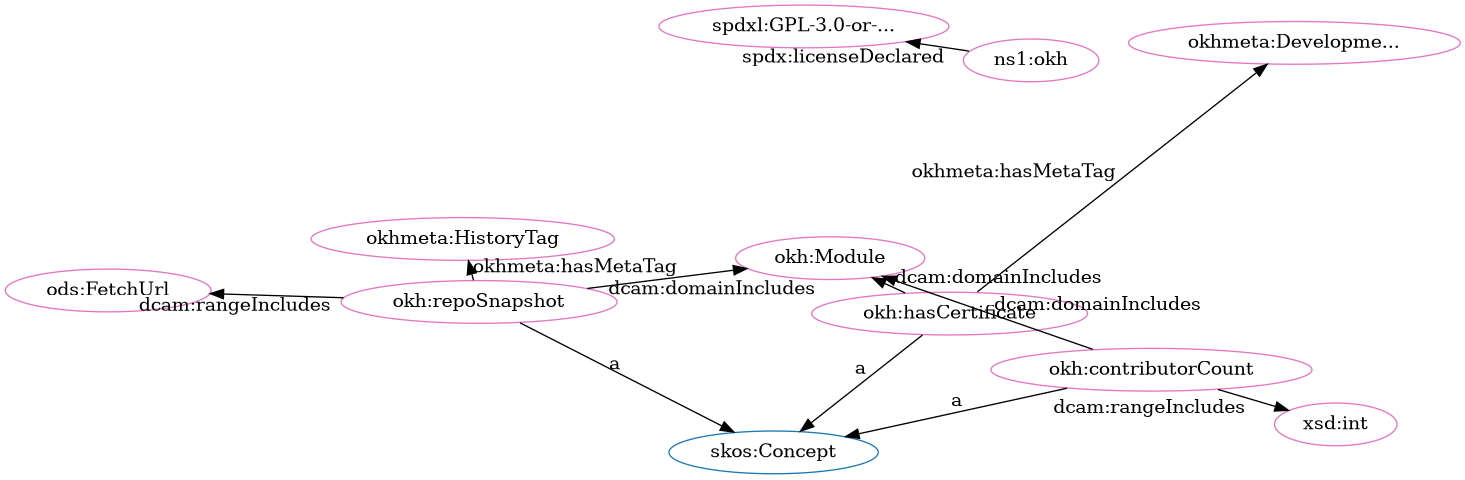
Earlier version of the Graphviz export src/spec/fdp_okh_proposed-clean.png (iop-alliance/OpenKnowHow). Its source is kept beside it as src/spec/fdp_okh_proposed-clean.dot.
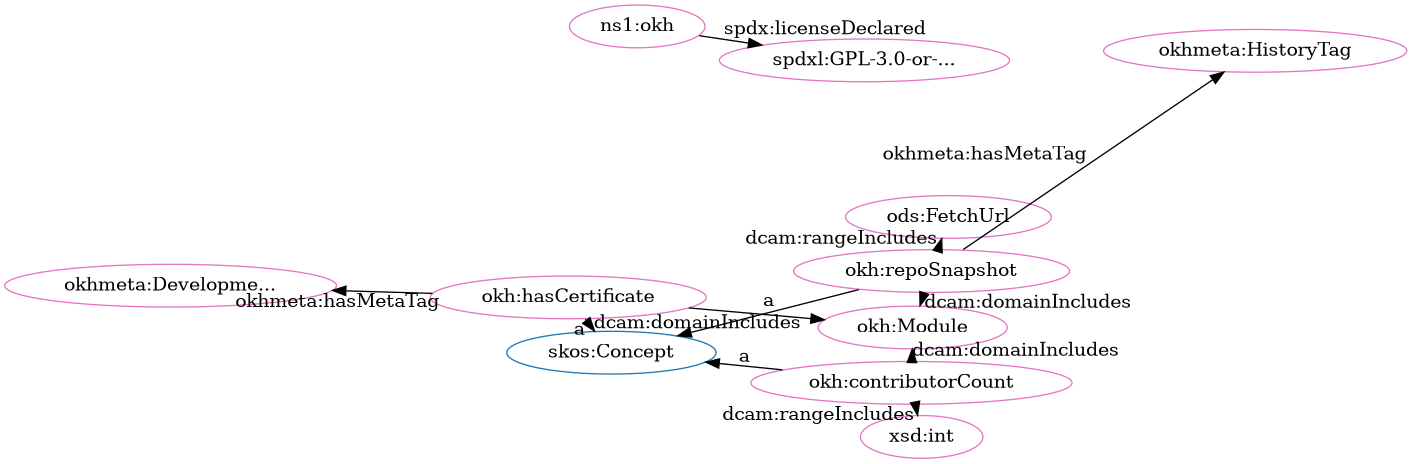
After the commit.

What changed in the source:
```diff
@@ -2,25 +2,25 @@
   rankdir=BT
   node[height=.3]
 "http://www.w3.org/2004/02/skos/core#Concept" [fillcolor="#1f77b4" color="#1f77b4" label="skos:Concept"]
-"http://w3id.org/oseg/ont/okhmeta#DevelopmentTag" [fillcolor="#e377c2" color="#e377c2" label="okhmeta:Developme..."]
+"http://w3id.org/oseg/ont/ods#FetchUrl" [fillcolor="#e377c2" color="#e377c2" label="ods:FetchUrl"]
+"http://w3id.org/oseg/ont/okhmeta#HistoryTag" [fillcolor="#e377c2" color="#e377c2" label="okhmeta:HistoryTag"]
+"http://w3id.org/oseg/ont/okh#Module" [fillcolor="#e377c2" color="#e377c2" label="okh:Module"]
 "http://w3id.org/oseg/ont/okh#hasCertificate" [fillcolor="#e377c2" color="#e377c2" label="okh:hasCertificate"]
 "http://w3id.org/oseg/ont/okh#repoSnapshot" [fillcolor="#e377c2" color="#e377c2" label="okh:repoSnapshot"]
-"http://w3id.org/oseg/ont/okh#contributorCount" [fillcolor="#e377c2" color="#e377c2" label="okh:contributorCount"]
-"http://w3id.org/oseg/ont/okh#Module" [fillcolor="#e377c2" color="#e377c2" label="okh:Module"]
-"http://spdx.org/licenses/GPL-3.0-or-later" [fillcolor="#e377c2" color="#e377c2" label="spdxl:GPL-3.0-or-..."]
-"http://w3id.org/oseg/ont/okhmeta#HistoryTag" [fillcolor="#e377c2" color="#e377c2" label="okhmeta:HistoryTag"]
 "http://w3id.org/oseg/ont/okh" [fillcolor="#e377c2" color="#e377c2" label="ns1:okh"]
 "http://www.w3.org/2001/XMLSchema#int" [fillcolor="#e377c2" color="#e377c2" label="xsd:int"]
-"http://w3id.org/oseg/ont/ods#FetchUrl" [fillcolor="#e377c2" color="#e377c2" label="ods:FetchUrl"]
+"http://w3id.org/oseg/ont/okh#contributorCount" [fillcolor="#e377c2" color="#e377c2" label="okh:contributorCount"]
+"http://w3id.org/oseg/ont/okhmeta#DevelopmentTag" [fillcolor="#e377c2" color="#e377c2" label="okhmeta:Developme..."]
+"http://spdx.org/licenses/GPL-3.0-or-later" [fillcolor="#e377c2" color="#e377c2" label="spdxl:GPL-3.0-or-..."]
+  "http://w3id.org/oseg/ont/okh#contributorCount" -> "http://w3id.org/oseg/ont/okh#Module" [label="dcam:domainIncludes"]
+  "http://w3id.org/oseg/ont/okh#hasCertificate" -> "http://w3id.org/oseg/ont/okh#Module" [label="dcam:domainIncludes"]
+  "http://w3id.org/oseg/ont/okh#repoSnapshot" -> "http://www.w3.org/2004/02/skos/core#Concept" [label="a"]
   "http://w3id.org/oseg/ont/okh#contributorCount" -> "http://www.w3.org/2004/02/skos/core#Concept" [label="a"]
+  "http://w3id.org/oseg/ont/okh#hasCertificate" -> "http://www.w3.org/2004/02/skos/core#Concept" [label="a"]
+  "http://w3id.org/oseg/ont/okh#repoSnapshot" -> "http://w3id.org/oseg/ont/ods#FetchUrl" [label="dcam:rangeIncludes"]
+  "http://w3id.org/oseg/ont/okh#repoSnapshot" -> "http://w3id.org/oseg/ont/okhmeta#HistoryTag" [label="okhmeta:hasMetaTag"]
+  "http://w3id.org/oseg/ont/okh#contributorCount" -> "http://www.w3.org/2001/XMLSchema#int" [label="dcam:rangeIncludes"]
+  "http://w3id.org/oseg/ont/okh#hasCertificate" -> "http://w3id.org/oseg/ont/okhmeta#DevelopmentTag" [label="okhmeta:hasMetaTag"]
   "http://w3id.org/oseg/ont/okh" -> "http://spdx.org/licenses/GPL-3.0-or-later" [label="spdx:licenseDeclared"]
-  "http://w3id.org/oseg/ont/okh#contributorCount" -> "http://www.w3.org/2001/XMLSchema#int" [label="dcam:rangeIncludes"]
-  "http://w3id.org/oseg/ont/okh#hasCertificate" -> "http://w3id.org/oseg/ont/okh#Module" [label="dcam:domainIncludes"]
-  "http://w3id.org/oseg/ont/okh#repoSnapshot" -> "http://w3id.org/oseg/ont/ods#FetchUrl" [label="dcam:rangeIncludes"]
-  "http://w3id.org/oseg/ont/okh#contributorCount" -> "http://w3id.org/oseg/ont/okh#Module" [label="dcam:domainIncludes"]
-  "http://w3id.org/oseg/ont/okh#repoSnapshot" -> "http://www.w3.org/2004/02/skos/core#Concept" [label="a"]
-  "http://w3id.org/oseg/ont/okh#repoSnapshot" -> "http://w3id.org/oseg/ont/okhmeta#HistoryTag" [label="okhmeta:hasMetaTag"]
-  "http://w3id.org/oseg/ont/okh#hasCertificate" -> "http://www.w3.org/2004/02/skos/core#Concept" [label="a"]
   "http://w3id.org/oseg/ont/okh#repoSnapshot" -> "http://w3id.org/oseg/ont/okh#Module" [label="dcam:domainIncludes"]
-  "http://w3id.org/oseg/ont/okh#hasCertificate" -> "http://w3id.org/oseg/ont/okhmeta#DevelopmentTag" [label="okhmeta:hasMetaTag"]
 }
```
